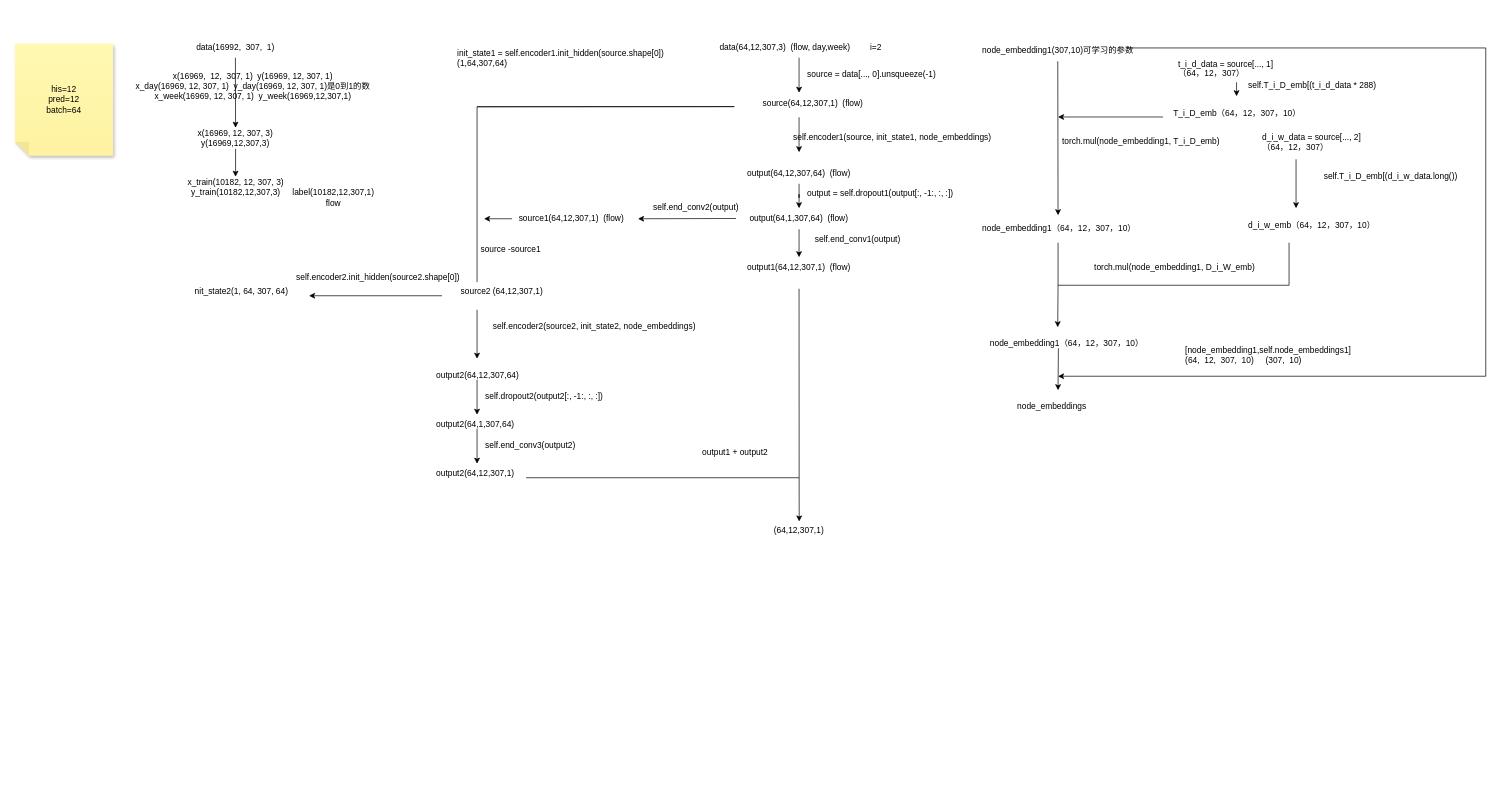
Above: 1区2023_DDGCRN/DDGCRN.drawio in turmony/ModelInfo (draw.io), before the change. Source tidied: cells renumbered, new cells numbered last; positions are measured from the earlier drawing's top-left corner, leaving out a move shared by most shapes. Both pictures are drawn from the tidied source at 70%, with x=0, y=0 at pixel (15, 36).
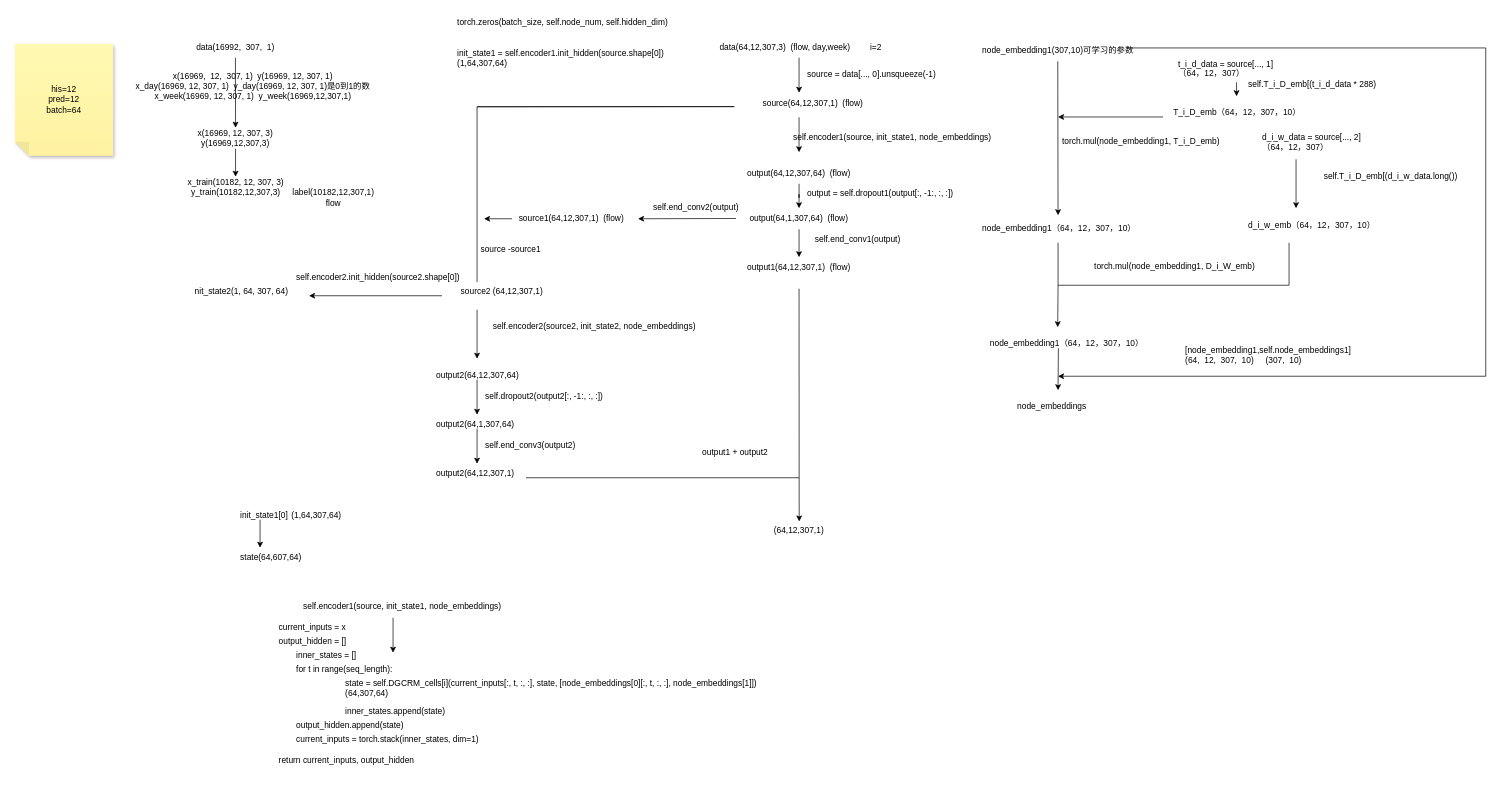
Above is the later version.

What changed in the source:
```diff
@@
+    <mxCell id="71" value="self.encoder1(source, init_state1, node_embeddings)" style="text;whiteSpace=wrap;html=1;" parent="1" vertex="1">
+      <mxGeometry x="410" y="800" width="320" height="40" as="geometry" />
+    </mxCell>
+    <mxCell id="72" style="endArrow=classic;html=1;rounded=0;" parent="1" edge="1">
+      <mxGeometry relative="1" as="geometry">
+        <mxPoint x="540" y="830" as="sourcePoint" />
+        <mxPoint x="540" y="880" as="targetPoint" />
+      </mxGeometry>
+    </mxCell>
+    <mxCell id="73" value="init_state1[0]" style="text;whiteSpace=wrap;html=1;" parent="1" vertex="1">
+      <mxGeometry x="320" y="670" width="90" height="40" as="geometry" />
+    </mxCell>
+    <mxCell id="74" style="endArrow=classic;html=1;rounded=0;" parent="1" edge="1">
+      <mxGeometry relative="1" as="geometry">
+        <mxPoint x="350" y="690" as="sourcePoint" />
+        <mxPoint x="350" y="730" as="targetPoint" />
+      </mxGeometry>
+    </mxCell>
+    <mxCell id="75" value="state(64,607,64)" style="text;whiteSpace=wrap;html=1;" parent="1" vertex="1">
+      <mxGeometry x="320" y="730" width="110" height="40" as="geometry" />
+    </mxCell>
+    <mxCell id="76" value="(1,64,307,64)" style="text;whiteSpace=wrap;html=1;" parent="1" vertex="1">
+      <mxGeometry x="392.5" y="670" width="100" height="40" as="geometry" />
+    </mxCell>
+    <mxCell id="77" value="for t in range(seq_length):" style="text;whiteSpace=wrap;html=1;" parent="1" vertex="1">
+      <mxGeometry x="400" y="890" width="170" height="40" as="geometry" />
+    </mxCell>
+    <mxCell id="78" value="state = self.DGCRM_cells[i](current_inputs[:, t, :, :], state, [node_embeddings[0][:, t, :, :], node_embeddings[1]])&lt;div&gt;(64,307,64)&lt;/div&gt;" style="text;whiteSpace=wrap;html=1;" parent="1" vertex="1">
+      <mxGeometry x="470" y="910" width="630" height="60" as="geometry" />
+    </mxCell>
+    <mxCell id="79" value="inner_states.append(state)" style="text;whiteSpace=wrap;html=1;" parent="1" vertex="1">
+      <mxGeometry x="470" y="950" width="180" height="40" as="geometry" />
+    </mxCell>
+    <mxCell id="80" value="inner_states = []" style="text;whiteSpace=wrap;html=1;" parent="1" vertex="1">
+      <mxGeometry x="400" y="870" width="120" height="40" as="geometry" />
+    </mxCell>
+    <mxCell id="81" value="output_hidden = []" style="text;whiteSpace=wrap;html=1;" parent="1" vertex="1">
+      <mxGeometry x="375" y="850" width="130" height="40" as="geometry" />
+    </mxCell>
+    <mxCell id="82" value="current_inputs = x" style="text;whiteSpace=wrap;html=1;" parent="1" vertex="1">
+      <mxGeometry x="375" y="830" width="130" height="40" as="geometry" />
+    </mxCell>
+    <mxCell id="83" value="output_hidden.append(state)" style="text;whiteSpace=wrap;html=1;" parent="1" vertex="1">
+      <mxGeometry x="400" y="970" width="190" height="40" as="geometry" />
+    </mxCell>
+    <mxCell id="84" value="current_inputs = torch.stack(inner_states, dim=1)" style="text;whiteSpace=wrap;html=1;" parent="1" vertex="1">
+      <mxGeometry x="400" y="990" width="290" height="40" as="geometry" />
+    </mxCell>
+    <mxCell id="85" value="return current_inputs, output_hidden" style="text;whiteSpace=wrap;html=1;" parent="1" vertex="1">
+      <mxGeometry x="375" y="1020" width="230" height="40" as="geometry" />
+    </mxCell>
+    <mxCell id="86" value="torch.zeros(batch_size, self.node_num, self.hidden_dim)" style="text;whiteSpace=wrap;html=1;" parent="1" vertex="1">
+      <mxGeometry x="630" y="-35" width="330" height="40" as="geometry" />
+    </mxCell>
```
